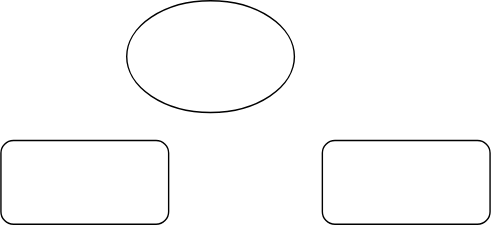
Above: Flowchart/chart.drawio.svg in Landsir/Final-work (draw.io), before the change. Source tidied: cells renumbered, new cells last; positions are measured from the earlier drawing's top-left corner, leaving out a move shared by most shapes.
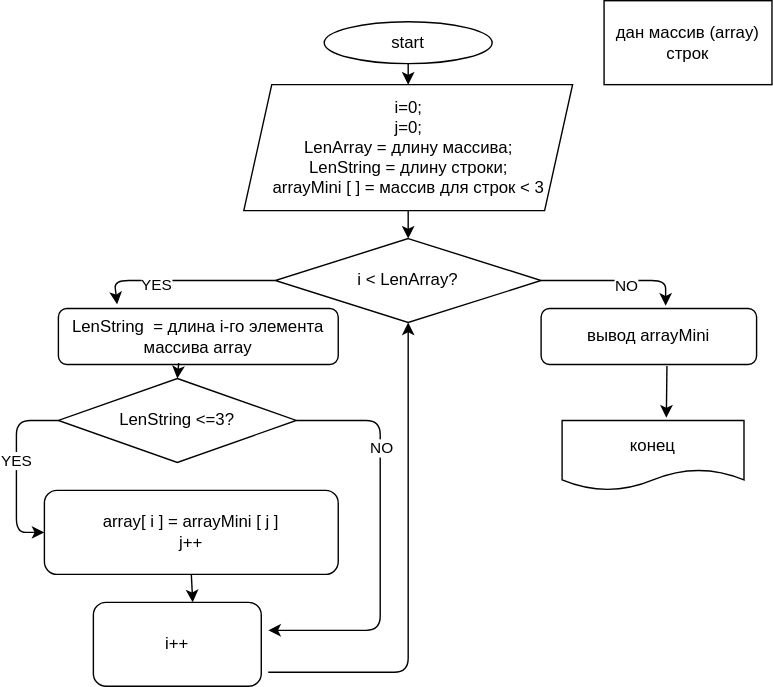
Later version of the same file.

Commit message:
Flowchart for Program

Diff of the diagram source:
```diff
@@ -2,14 +2,101 @@
   <root>
     <mxCell id="0" />
     <mxCell id="1" parent="0" />
-    <mxCell id="2" style="ellipse;whiteSpace=wrap;html=1;" parent="1" vertex="1">
-      <mxGeometry x="90" width="120" height="80" as="geometry" />
+    <mxCell id="2" value="start" style="ellipse;whiteSpace=wrap;html=1;" parent="1" vertex="1">
+      <mxGeometry x="120" y="-105" width="120" height="30" as="geometry" />
     </mxCell>
-    <mxCell id="3" style="rounded=1;whiteSpace=wrap;html=1;" parent="1" vertex="1">
-      <mxGeometry y="100" width="120" height="60" as="geometry" />
+    <mxCell id="3" value="LenString&amp;nbsp; = длина i-го элемента массива array&amp;nbsp;&amp;nbsp;" style="rounded=1;whiteSpace=wrap;html=1;" parent="1" vertex="1">
+      <mxGeometry x="-70" y="100" width="200" height="40" as="geometry" />
     </mxCell>
-    <mxCell id="4" style="rounded=1;whiteSpace=wrap;html=1;" parent="1" vertex="1">
-      <mxGeometry x="230" y="100" width="120" height="60" as="geometry" />
+    <mxCell id="4" value="array[ i ] = arrayMini [ j ]&lt;br&gt;j++" style="rounded=1;whiteSpace=wrap;html=1;" parent="1" vertex="1">
+      <mxGeometry x="-80" y="230" width="210" height="60" as="geometry" />
     </mxCell>
+    <mxCell id="5" value="i=0;&lt;br&gt;j=0;&lt;br&gt;LenArray = длину массива;&lt;br&gt;LenString = длину строки;&lt;br&gt;arrayMini [ ] = массив для строк &amp;lt; 3" style="shape=parallelogram;perimeter=parallelogramPerimeter;whiteSpace=wrap;html=1;fixedSize=1;" parent="1" vertex="1">
+      <mxGeometry x="62.5" y="-60" width="235" height="90" as="geometry" />
+    </mxCell>
+    <mxCell id="6" value="дан массив (array) строк" style="rounded=0;whiteSpace=wrap;html=1;" parent="1" vertex="1">
+      <mxGeometry x="320" y="-120" width="120" height="60" as="geometry" />
+    </mxCell>
+    <mxCell id="7" value="i &amp;lt; LenArray?" style="rhombus;whiteSpace=wrap;html=1;" parent="1" vertex="1">
+      <mxGeometry x="85" y="50" width="190" height="60" as="geometry" />
+    </mxCell>
+    <mxCell id="8" value="LenString &amp;lt;=3?" style="rhombus;whiteSpace=wrap;html=1;" parent="1" vertex="1">
+      <mxGeometry x="-70" y="150" width="170" height="60" as="geometry" />
+    </mxCell>
+    <mxCell id="9" value="i++" style="rounded=1;whiteSpace=wrap;html=1;" parent="1" vertex="1">
+      <mxGeometry x="-45" y="310" width="120" height="60" as="geometry" />
+    </mxCell>
+    <mxCell id="10" style="endArrow=classic;html=1;exitX=0.5;exitY=1;exitDx=0;exitDy=0;entryX=0.5;entryY=0;entryDx=0;entryDy=0;" parent="1" edge="1" source="2" target="5">
+      <mxGeometry relative="1" as="geometry" />
+    </mxCell>
+    <mxCell id="11" style="endArrow=classic;html=1;exitX=0.5;exitY=1;exitDx=0;exitDy=0;entryX=0.5;entryY=0;entryDx=0;entryDy=0;" parent="1" edge="1" source="5" target="7">
+      <mxGeometry relative="1" as="geometry" />
+    </mxCell>
+    <mxCell id="12" style="endArrow=classic;html=1;exitX=0;exitY=0.5;exitDx=0;exitDy=0;entryX=0.21;entryY=-0.075;entryDx=0;entryDy=0;entryPerimeter=0;" parent="1" edge="1" source="7" target="3">
+      <mxGeometry relative="1" as="geometry">
+        <Array as="points">
+          <mxPoint x="-30" y="80" />
+        </Array>
+      </mxGeometry>
+    </mxCell>
+    <mxCell id="13" value="YES" style="edgeLabel;html=1;align=center;verticalAlign=middle;" parent="12" vertex="1">
+      <mxGeometry x="0.3" y="2" relative="1" as="geometry" />
+    </mxCell>
+    <mxCell id="14" value="вывод arrayMini" style="rounded=1;whiteSpace=wrap;html=1;" parent="1" vertex="1">
+      <mxGeometry x="275" y="100" width="154" height="40" as="geometry" />
+    </mxCell>
+    <mxCell id="15" value="конец" style="shape=document;whiteSpace=wrap;html=1;boundedLbl=1;" parent="1" vertex="1">
+      <mxGeometry x="290" y="180" width="130" height="50" as="geometry" />
+    </mxCell>
+    <mxCell id="16" style="endArrow=classic;html=1;exitX=0;exitY=0.5;exitDx=0;exitDy=0;entryX=0;entryY=0.5;entryDx=0;entryDy=0;" parent="1" edge="1" source="8" target="4">
+      <mxGeometry relative="1" as="geometry">
+        <Array as="points">
+          <mxPoint x="-100" y="180" />
+          <mxPoint x="-100" y="260" />
+        </Array>
+      </mxGeometry>
+    </mxCell>
+    <mxCell id="17" value="YES" style="edgeLabel;html=1;align=center;verticalAlign=middle;" parent="16" vertex="1">
+      <mxGeometry x="-0.11" y="-1" relative="1" as="geometry" />
+    </mxCell>
+    <mxCell id="18" style="endArrow=classic;html=1;exitX=0.43;exitY=0.975;exitDx=0;exitDy=0;exitPerimeter=0;entryX=0.5;entryY=0;entryDx=0;entryDy=0;" parent="1" edge="1" source="3" target="8">
+      <mxGeometry relative="1" as="geometry" />
+    </mxCell>
+    <mxCell id="19" style="endArrow=classic;html=1;exitX=1;exitY=0.5;exitDx=0;exitDy=0;entryX=0.578;entryY=-0.05;entryDx=0;entryDy=0;entryPerimeter=0;" parent="1" edge="1" source="7" target="14">
+      <mxGeometry relative="1" as="geometry">
+        <Array as="points">
+          <mxPoint x="364" y="80" />
+        </Array>
+      </mxGeometry>
+    </mxCell>
+    <mxCell id="20" value="NO" style="edgeLabel;html=1;align=center;verticalAlign=middle;" parent="19" vertex="1">
+      <mxGeometry x="0.12" y="-3" relative="1" as="geometry" />
+    </mxCell>
+    <mxCell id="21" style="endArrow=classic;html=1;exitX=0.5;exitY=1;exitDx=0;exitDy=0;entryX=0.592;entryY=0;entryDx=0;entryDy=0;entryPerimeter=0;" parent="1" edge="1" source="4" target="9">
+      <mxGeometry relative="1" as="geometry" />
+    </mxCell>
+    <mxCell id="22" style="endArrow=classic;html=1;exitX=1;exitY=0.5;exitDx=0;exitDy=0;" parent="1" edge="1" source="8">
+      <mxGeometry relative="1" as="geometry">
+        <mxPoint x="80" y="330" as="targetPoint" />
+        <Array as="points">
+          <mxPoint x="160" y="180" />
+          <mxPoint x="160" y="330" />
+        </Array>
+      </mxGeometry>
+    </mxCell>
+    <mxCell id="23" value="NO" style="edgeLabel;html=1;align=center;verticalAlign=middle;" parent="22" vertex="1">
+      <mxGeometry x="-0.46" relative="1" as="geometry" />
+    </mxCell>
+    <mxCell id="24" style="endArrow=classic;html=1;entryX=0.5;entryY=1;entryDx=0;entryDy=0;" parent="1" edge="1" target="7">
+      <mxGeometry relative="1" as="geometry">
+        <mxPoint x="80" y="360" as="sourcePoint" />
+        <Array as="points">
+          <mxPoint x="180" y="360" />
+        </Array>
+      </mxGeometry>
+    </mxCell>
+    <mxCell id="25" style="endArrow=classic;html=1;exitX=0.584;exitY=1.025;exitDx=0;exitDy=0;exitPerimeter=0;entryX=0.573;entryY=-0.04;entryDx=0;entryDy=0;entryPerimeter=0;" parent="1" edge="1" source="14" target="15">
+      <mxGeometry relative="1" as="geometry" />
+    </mxCell>
   </root>
 </mxGraphModel>
```
